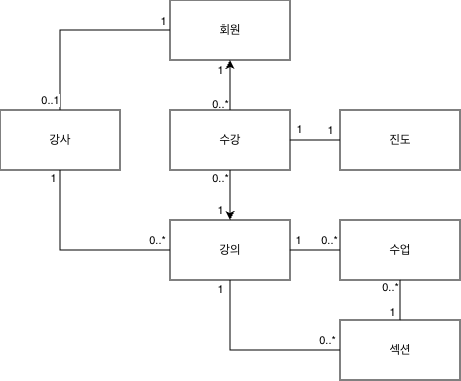
Earlier version of the draw.io export 다이어그램.png (MoonDongmin/toby-ddd2). Source tidied: cells renumbered, new cells last; positions are measured from the earlier drawing's top-left corner, leaving out a move shared by most shapes. Its diagram source:
```xml
<mxGraphModel>
  <root>
    <mxCell id="0" />
    <mxCell id="1" parent="0" />
    <mxCell id="2" value="회원" style="rounded=0;whiteSpace=wrap;html=1;" parent="1" vertex="1">
      <mxGeometry x="170" width="120" height="60" as="geometry" />
    </mxCell>
    <mxCell id="3" value="강사" style="rounded=0;whiteSpace=wrap;html=1;" parent="1" vertex="1">
      <mxGeometry y="110" width="120" height="60" as="geometry" />
    </mxCell>
    <mxCell id="4" value="강의" style="rounded=0;whiteSpace=wrap;html=1;" parent="1" vertex="1">
      <mxGeometry x="170" y="220" width="120" height="60" as="geometry" />
    </mxCell>
    <mxCell id="5" style="edgeStyle=orthogonalEdgeStyle;rounded=0;jettySize=auto;html=1;exitX=0.5;exitY=0;exitDx=0;exitDy=0;entryX=0.5;entryY=1;entryDx=0;entryDy=0;" parent="1" edge="1" source="11" target="2">
      <mxGeometry relative="1" as="geometry" />
    </mxCell>
    <mxCell id="6" value="1" style="edgeLabel;html=1;align=center;verticalAlign=middle;" parent="5" vertex="1">
      <mxGeometry x="0.41" y="1" relative="1" as="geometry">
        <mxPoint x="-9" y="-5" as="offset" />
      </mxGeometry>
    </mxCell>
    <mxCell id="7" value="0..*" style="edgeLabel;html=1;align=center;verticalAlign=middle;" parent="5" vertex="1">
      <mxGeometry x="-0.74" relative="1" as="geometry">
        <mxPoint x="-10" as="offset" />
      </mxGeometry>
    </mxCell>
    <mxCell id="8" style="edgeStyle=orthogonalEdgeStyle;rounded=0;jettySize=auto;html=1;exitX=0.5;exitY=1;exitDx=0;exitDy=0;entryX=0.5;entryY=0;entryDx=0;entryDy=0;" parent="1" edge="1" source="11" target="4">
      <mxGeometry relative="1" as="geometry" />
    </mxCell>
    <mxCell id="9" value="0..*" style="edgeLabel;html=1;align=center;verticalAlign=middle;" parent="8" vertex="1">
      <mxGeometry x="-0.69" relative="1" as="geometry">
        <mxPoint x="-10" as="offset" />
      </mxGeometry>
    </mxCell>
    <mxCell id="10" value="1" style="edgeLabel;html=1;align=center;verticalAlign=middle;" parent="8" vertex="1">
      <mxGeometry x="0.45" relative="1" as="geometry">
        <mxPoint x="-10" y="4" as="offset" />
      </mxGeometry>
    </mxCell>
    <mxCell id="11" value="수강" style="rounded=0;whiteSpace=wrap;html=1;" parent="1" vertex="1">
      <mxGeometry x="170" y="110" width="120" height="60" as="geometry" />
    </mxCell>
    <mxCell id="12" value="수업" style="rounded=0;whiteSpace=wrap;html=1;" parent="1" vertex="1">
      <mxGeometry x="340" y="220" width="120" height="60" as="geometry" />
    </mxCell>
    <mxCell id="13" value="섹션" style="rounded=0;whiteSpace=wrap;html=1;" parent="1" vertex="1">
      <mxGeometry x="340" y="320" width="120" height="60" as="geometry" />
    </mxCell>
    <mxCell id="14" value="진도" style="rounded=0;whiteSpace=wrap;html=1;" parent="1" vertex="1">
      <mxGeometry x="340" y="110" width="120" height="60" as="geometry" />
    </mxCell>
    <mxCell id="15" style="endArrow=none;html=1;rounded=0;entryX=0;entryY=0.5;entryDx=0;entryDy=0;exitX=0.5;exitY=0;exitDx=0;exitDy=0;" parent="1" edge="1" source="3" target="2">
      <mxGeometry relative="1" as="geometry">
        <Array as="points">
          <mxPoint x="60" y="30" />
        </Array>
      </mxGeometry>
    </mxCell>
    <mxCell id="16" value="1" style="edgeLabel;html=1;align=center;verticalAlign=middle;" parent="15" vertex="1">
      <mxGeometry x="0.92" y="1" relative="1" as="geometry">
        <mxPoint y="-8" as="offset" />
      </mxGeometry>
    </mxCell>
    <mxCell id="17" value="0..1" style="edgeLabel;html=1;align=center;verticalAlign=middle;" parent="15" vertex="1">
      <mxGeometry x="-0.91" y="-1" relative="1" as="geometry">
        <mxPoint x="-11" y="-1" as="offset" />
      </mxGeometry>
    </mxCell>
    <mxCell id="18" style="endArrow=none;html=1;rounded=0;entryX=0.5;entryY=1;entryDx=0;entryDy=0;exitX=0;exitY=0.5;exitDx=0;exitDy=0;" parent="1" edge="1" source="4" target="3">
      <mxGeometry relative="1" as="geometry">
        <Array as="points">
          <mxPoint x="60" y="250" />
        </Array>
      </mxGeometry>
    </mxCell>
    <mxCell id="19" value="1" style="edgeLabel;html=1;align=center;verticalAlign=middle;" parent="18" vertex="1">
      <mxGeometry x="0.92" relative="1" as="geometry">
        <mxPoint x="-7" as="offset" />
      </mxGeometry>
    </mxCell>
    <mxCell id="20" value="0..*" style="edgeLabel;html=1;align=center;verticalAlign=middle;" parent="18" vertex="1">
      <mxGeometry x="-0.91" y="-1" relative="1" as="geometry">
        <mxPoint x="-5" y="-9" as="offset" />
      </mxGeometry>
    </mxCell>
    <mxCell id="21" value="1" style="endArrow=none;html=1;rounded=0;entryX=0;entryY=0.5;entryDx=0;entryDy=0;" parent="1" edge="1">
      <mxGeometry x="0.6" y="10" relative="1" as="geometry">
        <mxPoint x="290" y="140" as="sourcePoint" />
        <mxPoint x="340" y="140" as="targetPoint" />
      </mxGeometry>
    </mxCell>
    <mxCell id="22" value="1" style="edgeLabel;html=1;align=center;verticalAlign=middle;" parent="21" vertex="1">
      <mxGeometry x="-0.75" y="-1" relative="1" as="geometry">
        <mxPoint x="2" y="-12" as="offset" />
      </mxGeometry>
    </mxCell>
    <mxCell id="23" style="endArrow=none;html=1;rounded=0;entryX=0;entryY=0.5;entryDx=0;entryDy=0;exitX=1;exitY=0.5;exitDx=0;exitDy=0;" parent="1" edge="1" source="4" target="12">
      <mxGeometry relative="1" as="geometry" />
    </mxCell>
    <mxCell id="24" value="1" style="edgeLabel;html=1;align=center;verticalAlign=middle;" parent="23" vertex="1">
      <mxGeometry x="-0.69" relative="1" as="geometry">
        <mxPoint y="-10" as="offset" />
      </mxGeometry>
    </mxCell>
    <mxCell id="25" value="0..*" style="edgeLabel;html=1;align=center;verticalAlign=middle;" parent="23" vertex="1">
      <mxGeometry x="0.71" relative="1" as="geometry">
        <mxPoint x="-4" y="-10" as="offset" />
      </mxGeometry>
    </mxCell>
    <mxCell id="26" style="endArrow=none;html=1;rounded=0;entryX=0.5;entryY=1;entryDx=0;entryDy=0;exitX=0.5;exitY=0;exitDx=0;exitDy=0;" parent="1" edge="1" source="13" target="12">
      <mxGeometry relative="1" as="geometry" />
    </mxCell>
    <mxCell id="27" value="0..*" style="edgeLabel;html=1;align=center;verticalAlign=middle;" parent="26" vertex="1">
      <mxGeometry x="0.69" relative="1" as="geometry">
        <mxPoint x="-10" as="offset" />
      </mxGeometry>
    </mxCell>
    <mxCell id="28" value="1" style="edgeLabel;html=1;align=center;verticalAlign=middle;" parent="26" vertex="1">
      <mxGeometry x="-0.66" y="-1" relative="1" as="geometry">
        <mxPoint x="-9" y="-1" as="offset" />
      </mxGeometry>
    </mxCell>
    <mxCell id="29" style="endArrow=none;html=1;rounded=0;entryX=0;entryY=0.5;entryDx=0;entryDy=0;exitX=0.5;exitY=1;exitDx=0;exitDy=0;" parent="1" edge="1" source="4" target="13">
      <mxGeometry relative="1" as="geometry">
        <Array as="points">
          <mxPoint x="230" y="350" />
        </Array>
      </mxGeometry>
    </mxCell>
    <mxCell id="30" value="1" style="edgeLabel;html=1;align=center;verticalAlign=middle;" parent="29" vertex="1">
      <mxGeometry x="-0.9" y="1" relative="1" as="geometry">
        <mxPoint x="-11" as="offset" />
      </mxGeometry>
    </mxCell>
    <mxCell id="31" value="0..*" style="edgeLabel;html=1;align=center;verticalAlign=middle;" parent="29" vertex="1">
      <mxGeometry x="0.86" y="-1" relative="1" as="geometry">
        <mxPoint y="-11" as="offset" />
      </mxGeometry>
    </mxCell>
  </root>
</mxGraphModel>
```
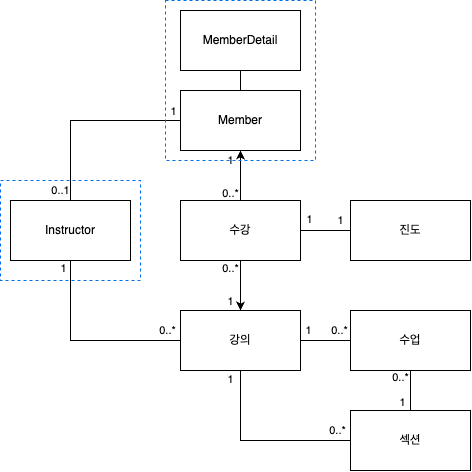
The same diagram one commit later.

Commit message:
강사 도메인 설계

Change to the diagram source:
```diff
@@ -2,10 +2,13 @@
   <root>
     <mxCell id="0" />
     <mxCell id="1" parent="0" />
+    <mxCell id="32" style="edgeStyle=orthogonalEdgeStyle;rounded=0;jettySize=auto;html=1;endArrow=none;endFill=0;" parent="1" edge="1" source="2" target="33">
+      <mxGeometry relative="1" as="geometry" />
+    </mxCell>
-    <mxCell id="2" value="회원" style="rounded=0;whiteSpace=wrap;html=1;" parent="1" vertex="1">
+    <mxCell id="2" value="Member" style="rounded=0;whiteSpace=wrap;html=1;" parent="1" vertex="1">
       <mxGeometry x="170" width="120" height="60" as="geometry" />
     </mxCell>
-    <mxCell id="3" value="강사" style="rounded=0;whiteSpace=wrap;html=1;" parent="1" vertex="1">
+    <mxCell id="3" value="Instructor" style="rounded=0;whiteSpace=wrap;html=1;" parent="1" vertex="1">
       <mxGeometry y="110" width="120" height="60" as="geometry" />
     </mxCell>
     <mxCell id="4" value="강의" style="rounded=0;whiteSpace=wrap;html=1;" parent="1" vertex="1">
@@ -137,5 +140,14 @@
         <mxPoint y="-11" as="offset" />
       </mxGeometry>
     </mxCell>
+    <mxCell id="33" value="MemberDetail" style="rounded=0;whiteSpace=wrap;html=1;" parent="1" vertex="1">
+      <mxGeometry x="170" y="-80" width="120" height="60" as="geometry" />
+    </mxCell>
+    <mxCell id="34" style="rounded=0;whiteSpace=wrap;html=1;fillColor=none;strokeColor=#006EEB;dashed=1;" parent="1" vertex="1">
+      <mxGeometry x="155" y="-90" width="150" height="160" as="geometry" />
+    </mxCell>
+    <mxCell id="35" style="rounded=0;whiteSpace=wrap;html=1;fillColor=none;strokeColor=#006EEB;dashed=1;" parent="1" vertex="1">
+      <mxGeometry x="-10" y="90" width="140" height="100" as="geometry" />
+    </mxCell>
   </root>
 </mxGraphModel>
```
